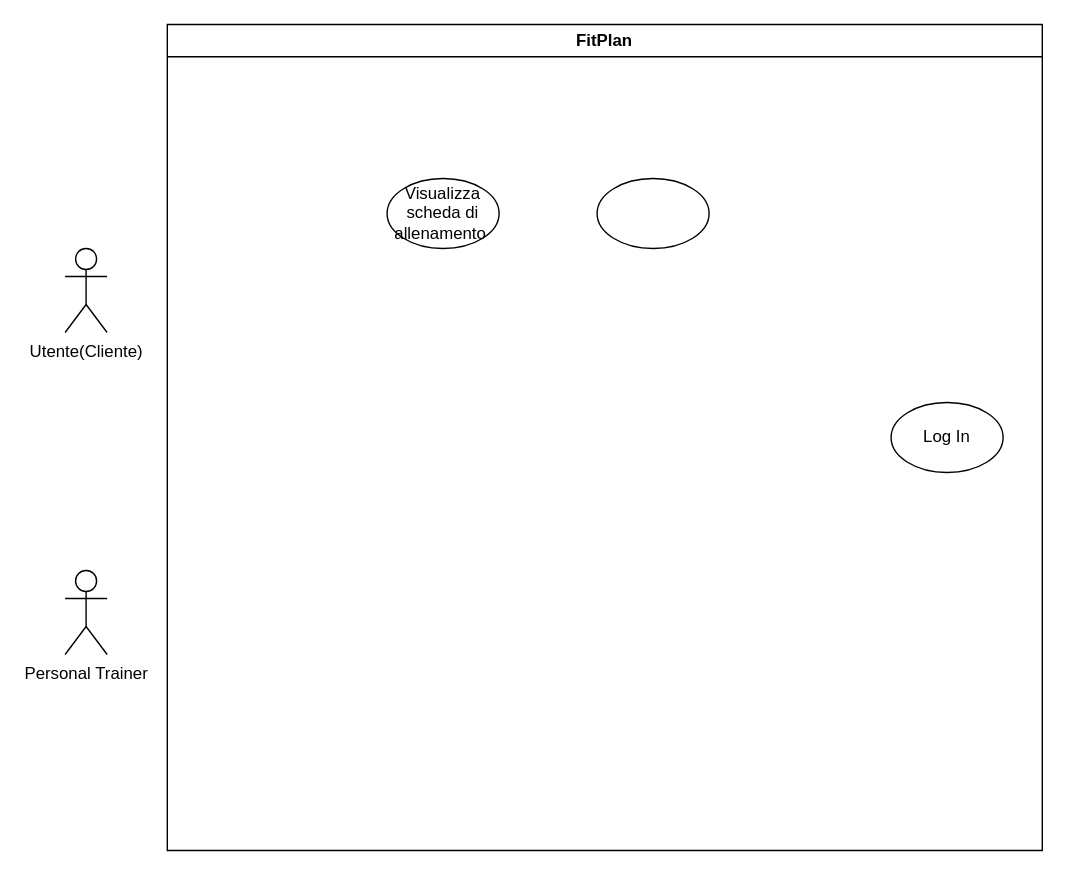
The draw.io diagram Diagramma senza titolo.drawio in FedericoSib/FitPlan, before the edit. Source tidied: cells renumbered, new cells numbered last; positions are measured from the earlier drawing's top-left corner, leaving out a move shared by most shapes. Both pictures are drawn from the tidied source at 140%, with x=0, y=0 at pixel (64, 24).
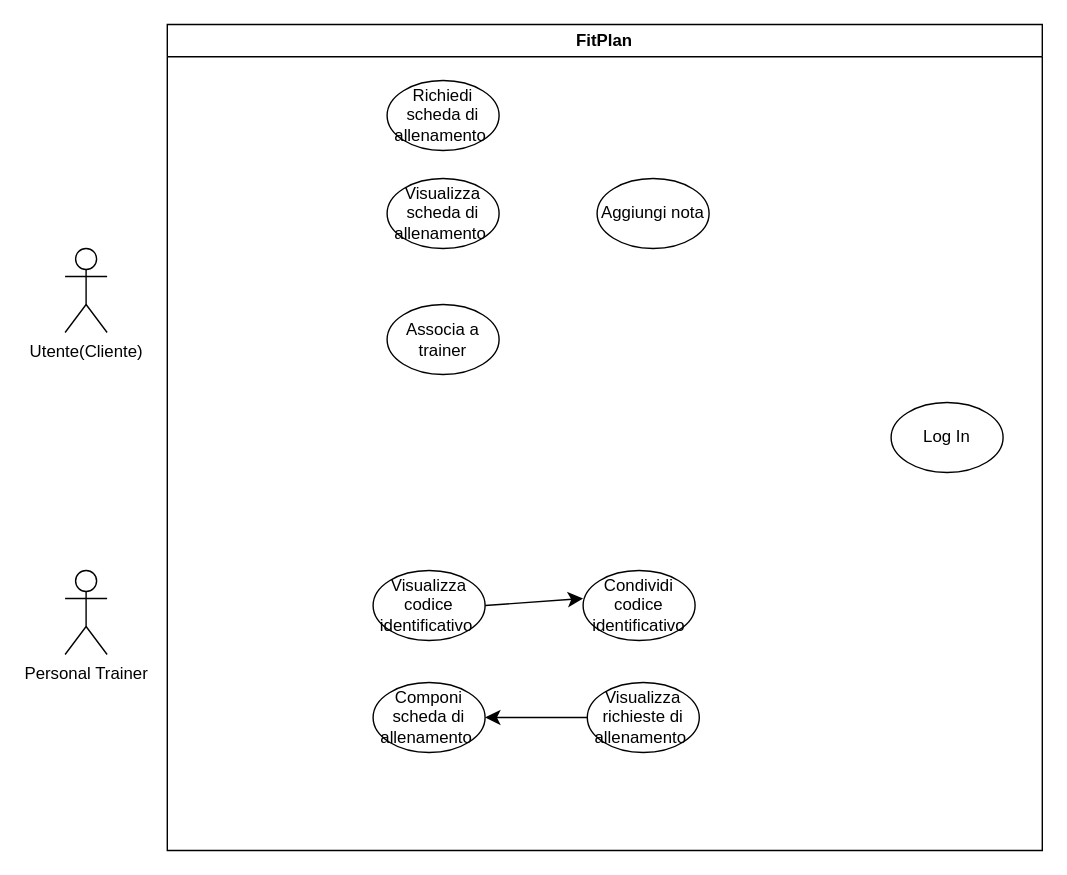
The same diagram, later.

The edit, as a diff of the source:
```diff
@@
 <mxGraphModel>
   <root>
     <mxCell id="0" />
     <mxCell id="1" parent="0" />
     <mxCell id="2" value="FitPlan" style="swimlane;whiteSpace=wrap;html=1;" parent="1" vertex="1">
       <mxGeometry x="73" width="625" height="590" as="geometry" />
     </mxCell>
     <mxCell id="3" value="Log In" style="ellipse;whiteSpace=wrap;html=1;" parent="2" vertex="1">
       <mxGeometry x="517" y="270" width="80" height="50" as="geometry" />
     </mxCell>
     <mxCell id="4" value="Visualizza scheda di allenamento&amp;nbsp;" style="ellipse;whiteSpace=wrap;html=1;" parent="2" vertex="1">
       <mxGeometry x="157" y="110" width="80" height="50" as="geometry" />
     </mxCell>
-    <mxCell id="5" style="ellipse;whiteSpace=wrap;html=1;" parent="2" vertex="1">
-      <mxGeometry x="307" y="110" width="80" height="50" as="geometry" />
-    </mxCell>
+    <mxCell id="8" value="Aggiungi nota" style="ellipse;whiteSpace=wrap;html=1;" parent="2" vertex="1">
+      <mxGeometry x="307" y="110" width="80" height="50" as="geometry" />
+    </mxCell>
+    <mxCell id="9" value="Visualizza codice identificativo&amp;nbsp;" style="ellipse;whiteSpace=wrap;html=1;" parent="2" vertex="1">
+      <mxGeometry x="147" y="390" width="80" height="50" as="geometry" />
+    </mxCell>
+    <mxCell id="10" value="Condividi codice identificativo" style="ellipse;whiteSpace=wrap;html=1;" parent="2" vertex="1">
+      <mxGeometry x="297" y="390" width="80" height="50" as="geometry" />
+    </mxCell>
+    <mxCell id="11" value="Associa a trainer" style="ellipse;whiteSpace=wrap;html=1;" parent="2" vertex="1">
+      <mxGeometry x="157" y="200" width="80" height="50" as="geometry" />
+    </mxCell>
+    <mxCell id="12" value="Richiedi scheda di allenamento&amp;nbsp;" style="ellipse;whiteSpace=wrap;html=1;" parent="2" vertex="1">
+      <mxGeometry x="157" y="40" width="80" height="50" as="geometry" />
+    </mxCell>
+    <mxCell id="13" value="Componi scheda di allenamento&amp;nbsp;" style="ellipse;whiteSpace=wrap;html=1;" parent="2" vertex="1">
+      <mxGeometry x="147" y="470" width="80" height="50" as="geometry" />
+    </mxCell>
+    <mxCell id="14" value="Visualizza richieste di allenamento&amp;nbsp;" style="ellipse;whiteSpace=wrap;html=1;" parent="2" vertex="1">
+      <mxGeometry x="300" y="470" width="80" height="50" as="geometry" />
+    </mxCell>
+    <mxCell id="15" style="edgeStyle=none;jettySize=auto;html=1;rounded=0;fontSize=12;startSize=8;endSize=8;curved=1;exitX=0;exitY=0.5;exitDx=0;exitDy=0;entryX=1;entryY=0.5;entryDx=0;entryDy=0;" parent="2" edge="1" source="14" target="13">
+      <mxGeometry relative="1" as="geometry" />
+    </mxCell>
     <mxCell id="6" value="Utente(Cliente)" style="shape=umlActor;verticalLabelPosition=bottom;verticalAlign=top;html=1;" parent="1" vertex="1">
       <mxGeometry y="160" width="30" height="60" as="geometry" />
     </mxCell>
     <mxCell id="7" value="Personal Trainer" style="shape=umlActor;verticalLabelPosition=bottom;verticalAlign=top;html=1;" parent="1" vertex="1">
       <mxGeometry y="390" width="30" height="60" as="geometry" />
     </mxCell>
+    <mxCell id="16" style="edgeStyle=none;jettySize=auto;html=1;rounded=0;fontSize=12;startSize=8;endSize=8;curved=1;exitX=1;exitY=0.5;exitDx=0;exitDy=0;" parent="1" edge="1" source="9">
+      <mxGeometry relative="1" as="geometry">
+        <mxPoint x="370" y="410" as="targetPoint" />
+      </mxGeometry>
+    </mxCell>
   </root>
 </mxGraphModel>
```
